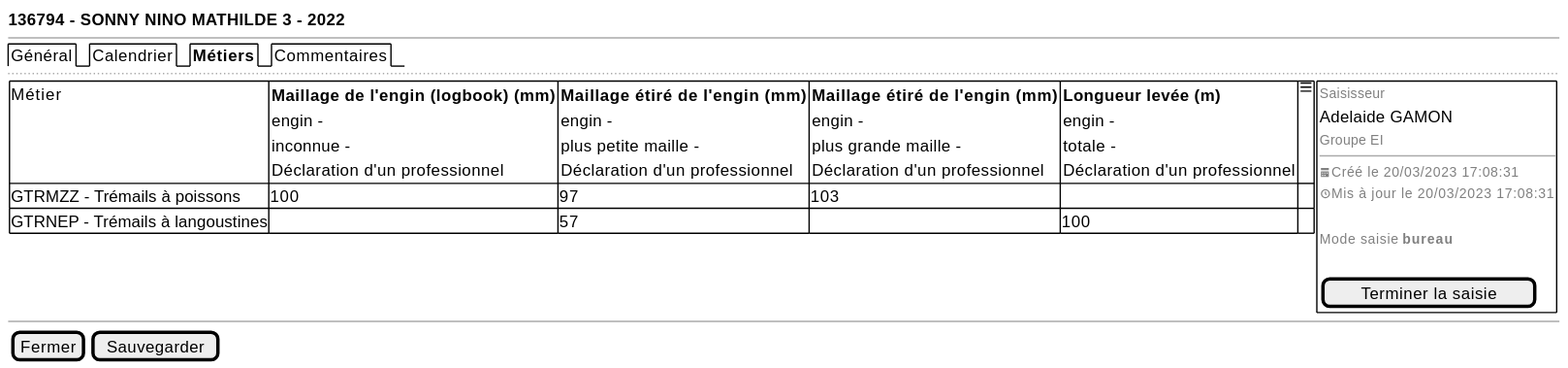
sumaris-net/sumaris-doc keeps this PlantUML diagram as projects/activity-calendar/spe/images/activity-calendar-metiers.svg. Above is the earlier version. Its source is kept beside it as projects/activity-calendar/spe/images/activity-calendar-metiers.puml. Its diagram source:
```plantuml
@startsalt
{
  <b>136794 - SONNY NINO MATHILDE 3 - 2022
  --
  {/ Général | Calendrier | <b>Métiers | Commentaires }
  ..

  {
  {# Métier | {<b>Maillage de l'engin (logbook) (mm)
                engin -
                inconnue -
                Déclaration d'un professionnel} |
              {<b>Maillage étiré de l'engin (mm)
                engin -
                plus petite maille -
                Déclaration d'un professionnel} |
              {<b>Maillage étiré de l'engin (mm)
                engin -
                plus grande maille -
                Déclaration d'un professionnel} |
              {<b>Longueur levée (m)
                engin -
                totale -
                Déclaration d'un professionnel} | <&menu>
     GTRMZZ - Trémails à poissons | 100 | 97 | 103 | . | .
     GTRNEP - Trémails à langoustines | . | 57 | . | 100 | .
  } | {+
              { <font color=grey size=10>Saisisseur
              Adelaide GAMON
              <font color=grey size=10>Groupe EI
              --
              <font color=grey size=10><&calendar>Créé le 20/03/2023 17:08:31
              <font color=grey size=10><&clock>Mis à jour le 20/03/2023 17:08:31
              .
              <font color=grey size=10>Mode saisie <b>bureau
              .
              [ Terminer la saisie]
              }}}
  --
  { [Fermer] | [Sauvegarder] }
}
@endsalt
```
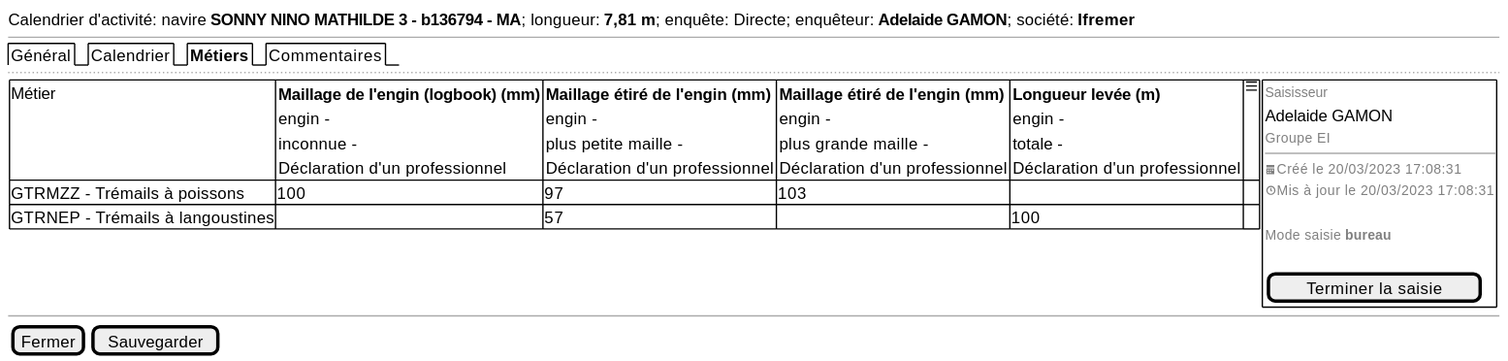
The same diagram one commit later.

The edit, as a diff of the source:
```diff
@@ -1,6 +1,6 @@
 @startsalt
 {
-  <b>136794 - SONNY NINO MATHILDE 3 - 2022
+  Calendrier d'activité: navire <b>SONNY NINO MATHILDE 3 - b136794 - MA</b>; longueur: <b>7,81 m</b>; enquête: Directe; enquêteur: <b>Adelaide GAMON</b>; société: <b>Ifremer</b>
   --
   {/ Général | Calendrier | <b>Métiers | Commentaires }
   ..
```
